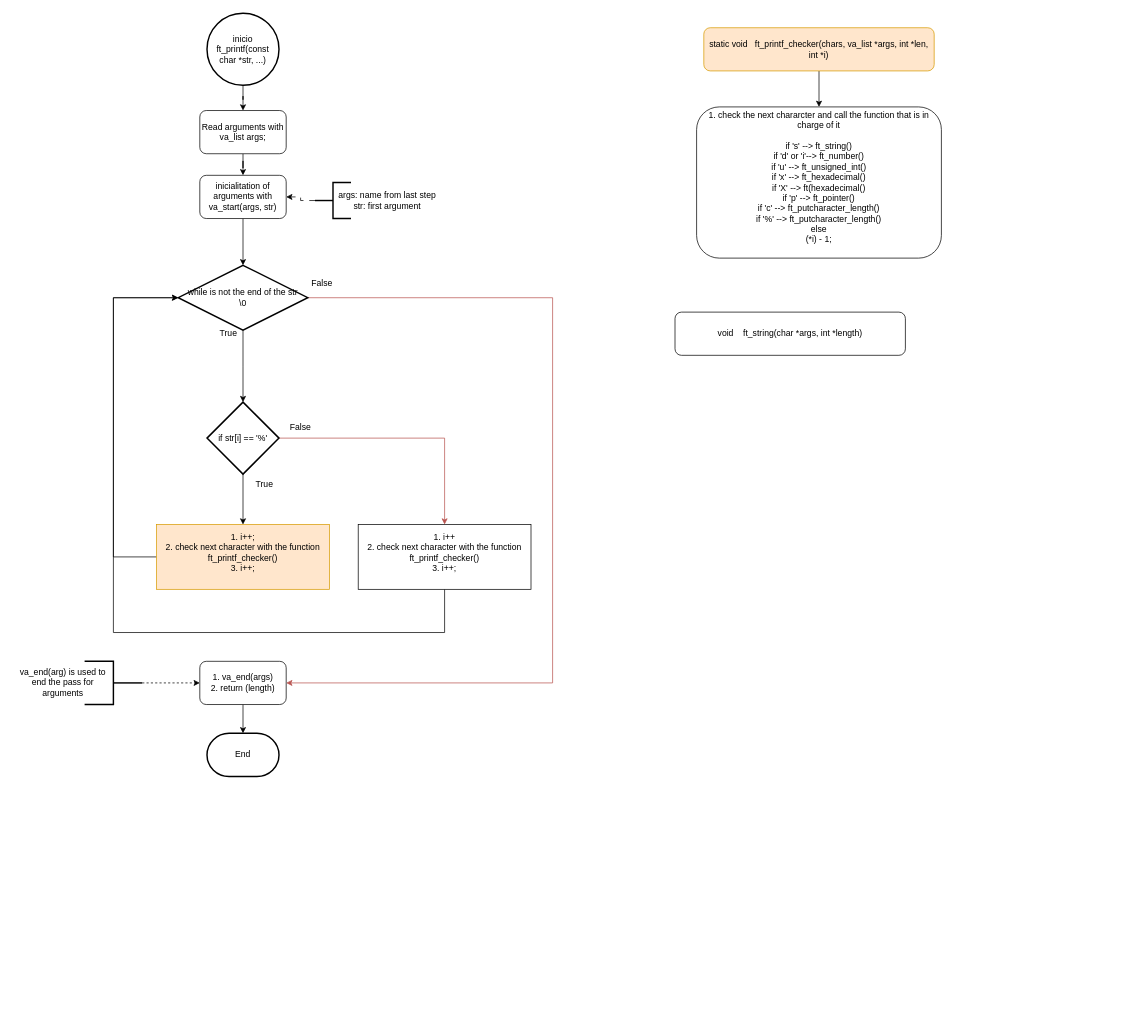
This is libft/ft_printf.drawio from cgonzalezn/00_Libft_01, a draw.io file, before an edit. Source tidied: cells renumbered, new cells numbered last; positions are measured from the earlier drawing's top-left corner, leaving out a move shared by most shapes. Both pictures are drawn from the tidied source at 72%, with x=0, y=0 at pixel (12, 13).
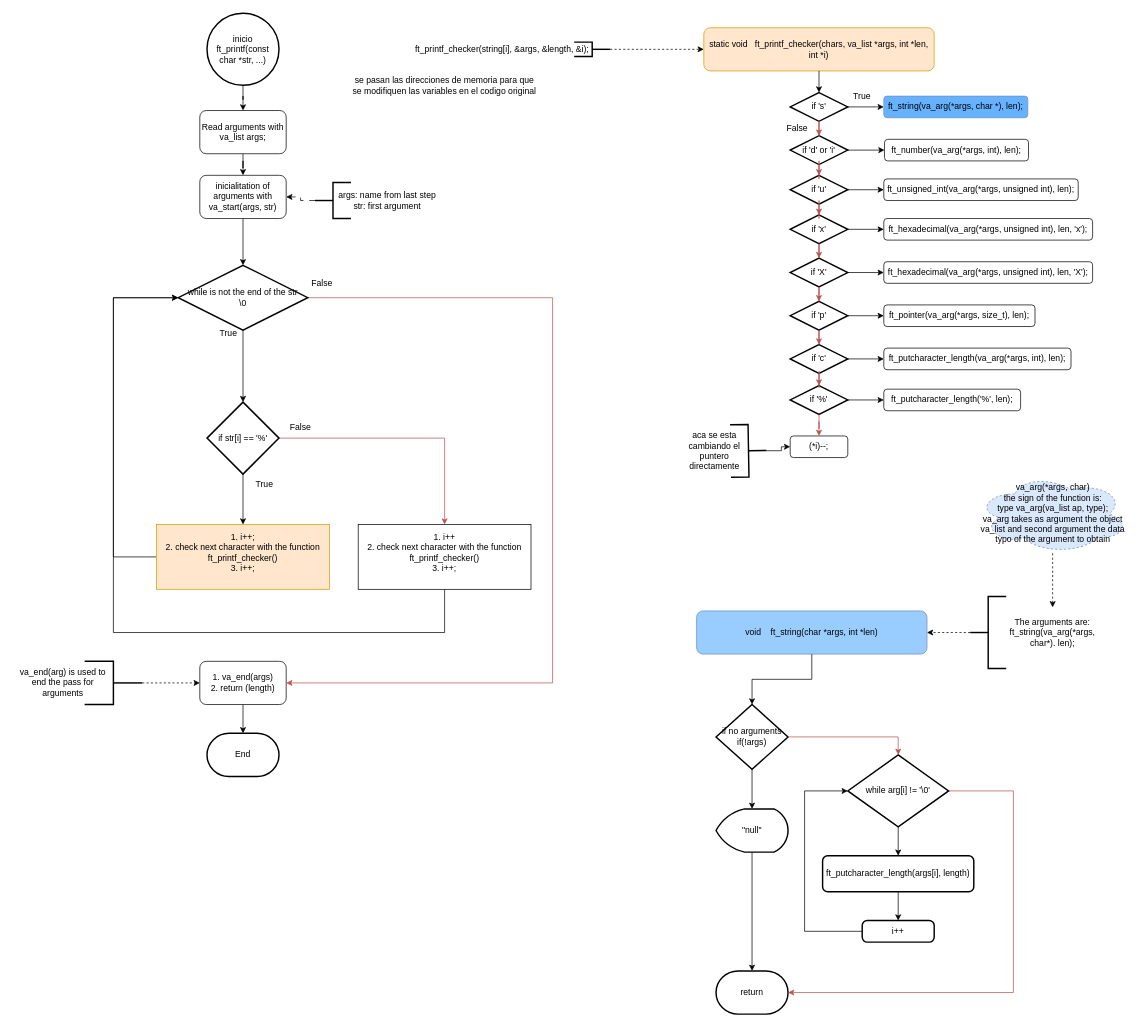
The same diagram, later.

Diff of the diagram source:
```diff
@@
-    <mxCell id="26" style="edgeStyle=orthogonalEdgeStyle;rounded=0;jettySize=auto;html=1;exitX=0.5;exitY=1;exitDx=0;exitDy=0;entryX=0.5;entryY=0;entryDx=0;entryDy=0;" parent="1" edge="1" source="27" target="28">
-      <mxGeometry relative="1" as="geometry" />
-    </mxCell>
-    <mxCell id="27" value="static void&amp;nbsp;&amp;nbsp; ft_printf_checker(chars, va_list *args, int *len, int *i)" style="rounded=1;whiteSpace=wrap;html=1;fillColor=#ffe6cc;strokeColor=#d79b00;" parent="1" vertex="1">
-      <mxGeometry x="960" y="20" width="320" height="60" as="geometry" />
-    </mxCell>
-    <mxCell id="28" value="&lt;div&gt;1. check the next chararcter and call the function that is in charge of it&lt;/div&gt;&lt;div&gt;&lt;br&gt;&lt;/div&gt;&lt;div&gt;if 's' --&amp;gt; ft_string()&lt;/div&gt;&lt;div&gt;if 'd' or 'i'--&amp;gt; ft_number()&lt;/div&gt;&lt;div&gt;if 'u' --&amp;gt; ft_unsigned_int()&lt;br&gt;if 'x' --&amp;gt; ft_hexadecimal()&lt;/div&gt;&lt;div&gt;if 'X' --&amp;gt; ft(hexadecimal()&lt;br&gt;if 'p' --&amp;gt; ft_pointer()&lt;br&gt;if 'c' --&amp;gt; ft_putcharacter_length()&lt;/div&gt;&lt;div&gt;if '%' --&amp;gt; ft_putcharacter_length()&lt;br&gt;else&lt;br&gt;(*i) - 1;&lt;br&gt;&lt;/div&gt;&lt;div&gt;&lt;br&gt;&lt;/div&gt;" style="rounded=1;whiteSpace=wrap;html=1;" parent="1" vertex="1">
-      <mxGeometry x="950" y="130" width="340" height="210" as="geometry" />
-    </mxCell>
@@
+    <mxCell id="38" value="se pasan las direcciones de memoria para que se modifiquen las variables en el codigo original" style="text;html=1;strokeColor=none;fillColor=none;align=center;verticalAlign=middle;whiteSpace=wrap;rounded=0;" parent="1" vertex="1">
+      <mxGeometry x="470" y="80" width="260" height="40" as="geometry" />
+    </mxCell>
+    <mxCell id="39" style="group;" parent="1" vertex="1">
+      <mxGeometry x="950" y="640" width="599.5" height="750" as="geometry" />
+    </mxCell>
-    <mxCell id="37" value="void    ft_string(char *args, int *length)" style="rounded=1;whiteSpace=wrap;html=1;" parent="1" vertex="1">
-      <mxGeometry x="920" y="415" width="320" height="60" as="geometry" />
+    <mxCell id="37" value="&lt;div&gt;void&amp;nbsp;&amp;nbsp;&amp;nbsp; ft_string(char *args, int *len)&lt;/div&gt;" style="rounded=1;whiteSpace=wrap;html=1;fillColor=#99CCFF;strokeColor=#6c8ebf;" parent="39" vertex="1">
+      <mxGeometry y="190" width="320" height="60" as="geometry" />
     </mxCell>
+    <mxCell id="40" style="edgeStyle=orthogonalEdgeStyle;rounded=0;jettySize=auto;html=1;dashed=1;" parent="39" edge="1" source="41" target="37">
+      <mxGeometry relative="1" as="geometry" />
+    </mxCell>
+    <mxCell id="41" style="strokeWidth=2;html=1;shape=mxgraph.flowchart.annotation_2;align=left;labelPosition=right;" parent="39" vertex="1">
+      <mxGeometry x="380" y="170" width="50" height="100" as="geometry" />
+    </mxCell>
+    <mxCell id="42" value="The arguments are:&lt;br&gt;ft_string(va_arg(*args, char*). len);" style="text;html=1;strokeColor=none;fillColor=none;align=center;verticalAlign=middle;whiteSpace=wrap;rounded=0;" parent="39" vertex="1">
+      <mxGeometry x="420" y="185" width="149" height="70" as="geometry" />
+    </mxCell>
+    <mxCell id="43" style="edgeStyle=orthogonalEdgeStyle;rounded=0;jettySize=auto;html=1;dashed=1;" parent="39" edge="1" source="44" target="42">
+      <mxGeometry relative="1" as="geometry" />
+    </mxCell>
+    <mxCell id="44" value="va_arg(*args, char)&lt;br&gt;the sign of the function is:&lt;br&gt;type va_arg(va_list ap, type);&lt;br&gt;va_arg takes as argument the object va_list and second argument the data typo of the argument to obtain&lt;br&gt; " style="ellipse;shape=cloud;whiteSpace=wrap;html=1;fillColor=#dae8fc;strokeColor=#6c8ebf;dashed=1;" parent="39" vertex="1">
+      <mxGeometry x="389.5" width="210" height="110" as="geometry" />
+    </mxCell>
+    <mxCell id="45" value="if no arguments&lt;br&gt;if(!args)" style="strokeWidth=2;html=1;shape=mxgraph.flowchart.decision;whiteSpace=wrap;" parent="39" vertex="1">
+      <mxGeometry x="27" y="320" width="100" height="90" as="geometry" />
+    </mxCell>
+    <mxCell id="46" style="edgeStyle=orthogonalEdgeStyle;rounded=0;jettySize=auto;html=1;entryX=0.5;entryY=0;entryDx=0;entryDy=0;entryPerimeter=0;" parent="39" edge="1" source="37" target="45">
+      <mxGeometry relative="1" as="geometry" />
+    </mxCell>
+    <mxCell id="47" value="&quot;null&quot;" style="strokeWidth=2;html=1;shape=mxgraph.flowchart.display;whiteSpace=wrap;" parent="39" vertex="1">
+      <mxGeometry x="27" y="465" width="100" height="60" as="geometry" />
+    </mxCell>
+    <mxCell id="48" style="edgeStyle=orthogonalEdgeStyle;rounded=0;jettySize=auto;html=1;" parent="39" edge="1" source="45" target="47">
+      <mxGeometry relative="1" as="geometry" />
+    </mxCell>
+    <mxCell id="49" value="return" style="strokeWidth=2;html=1;shape=mxgraph.flowchart.terminator;whiteSpace=wrap;" parent="39" vertex="1">
+      <mxGeometry x="27" y="690" width="100" height="60" as="geometry" />
+    </mxCell>
+    <mxCell id="50" style="edgeStyle=orthogonalEdgeStyle;rounded=0;jettySize=auto;html=1;entryX=0.5;entryY=0;entryDx=0;entryDy=0;entryPerimeter=0;" parent="39" edge="1" source="47" target="49">
+      <mxGeometry relative="1" as="geometry" />
+    </mxCell>
+    <mxCell id="51" style="edgeStyle=orthogonalEdgeStyle;rounded=0;jettySize=auto;html=1;entryX=1;entryY=0.5;entryDx=0;entryDy=0;entryPerimeter=0;fillColor=#f8cecc;strokeColor=#b85450;" parent="39" edge="1" source="52" target="49">
+      <mxGeometry relative="1" as="geometry">
+        <Array as="points">
+          <mxPoint x="440" y="440" />
+          <mxPoint x="440" y="720" />
+        </Array>
+      </mxGeometry>
+    </mxCell>
+    <mxCell id="52" value="while arg[i] != '\0'" style="strokeWidth=2;html=1;shape=mxgraph.flowchart.decision;whiteSpace=wrap;" parent="39" vertex="1">
+      <mxGeometry x="210" y="390" width="140" height="100" as="geometry" />
+    </mxCell>
+    <mxCell id="53" style="edgeStyle=orthogonalEdgeStyle;rounded=0;jettySize=auto;html=1;entryX=0.5;entryY=0;entryDx=0;entryDy=0;entryPerimeter=0;fillColor=#f8cecc;strokeColor=#b85450;" parent="39" edge="1" source="45" target="52">
+      <mxGeometry relative="1" as="geometry" />
+    </mxCell>
+    <mxCell id="54" value="ft_putcharacter_length(args[i], length)" style="rounded=1;whiteSpace=wrap;html=1;absoluteArcSize=1;arcSize=14;strokeWidth=2;" parent="39" vertex="1">
+      <mxGeometry x="175" y="530" width="210" height="50" as="geometry" />
+    </mxCell>
+    <mxCell id="55" style="edgeStyle=orthogonalEdgeStyle;rounded=0;jettySize=auto;html=1;entryX=0.5;entryY=0;entryDx=0;entryDy=0;" parent="39" edge="1" source="52" target="54">
+      <mxGeometry relative="1" as="geometry" />
+    </mxCell>
+    <mxCell id="56" style="edgeStyle=orthogonalEdgeStyle;rounded=0;jettySize=auto;html=1;entryX=0;entryY=0.5;entryDx=0;entryDy=0;entryPerimeter=0;" parent="39" edge="1" source="57" target="52">
+      <mxGeometry relative="1" as="geometry">
+        <Array as="points">
+          <mxPoint x="150" y="635" />
+          <mxPoint x="150" y="440" />
+        </Array>
+      </mxGeometry>
+    </mxCell>
+    <mxCell id="57" value="i++" style="rounded=1;whiteSpace=wrap;html=1;absoluteArcSize=1;arcSize=14;strokeWidth=2;" parent="39" vertex="1">
+      <mxGeometry x="230" y="620" width="100" height="30" as="geometry" />
+    </mxCell>
+    <mxCell id="58" style="edgeStyle=orthogonalEdgeStyle;rounded=0;jettySize=auto;html=1;" parent="39" edge="1" source="54" target="57">
+      <mxGeometry relative="1" as="geometry" />
+    </mxCell>
+    <mxCell id="59" style="group;" parent="1" vertex="1">
+      <mxGeometry x="540" y="20" width="960" height="624.4" as="geometry" />
+    </mxCell>
+    <mxCell id="60" style="group;" parent="59" vertex="1">
+      <mxGeometry y="15" width="290" height="30" as="geometry" />
+    </mxCell>
+    <mxCell id="61" style="group;" parent="60" vertex="1">
+      <mxGeometry width="290" height="30" as="geometry" />
+    </mxCell>
+    <mxCell id="62" value="ft_printf_checker(string[i], &amp;amp;args, &amp;amp;length, &amp;amp;i);" style="text;html=1;strokeColor=none;fillColor=none;align=center;verticalAlign=middle;whiteSpace=wrap;rounded=0;" parent="61" vertex="1">
+      <mxGeometry width="280" height="30" as="geometry" />
+    </mxCell>
+    <mxCell id="63" style="strokeWidth=2;html=1;shape=mxgraph.flowchart.annotation_2;align=left;labelPosition=right;rotation=-180;" parent="61" vertex="1">
+      <mxGeometry x="240" y="5" width="50" height="20" as="geometry" />
+    </mxCell>
+    <mxCell id="64" style="group;" parent="59" vertex="1">
+      <mxGeometry x="380" y="550.6" width="127.7" height="73.9" as="geometry" />
+    </mxCell>
+    <mxCell id="65" style="strokeWidth=2;html=1;shape=mxgraph.flowchart.annotation_2;align=left;labelPosition=right;rotation=-181;" parent="64" vertex="1">
+      <mxGeometry x="77.1" y="0.4" width="50" height="73" as="geometry" />
+    </mxCell>
+    <mxCell id="66" value="aca se esta cambiando el puntero directamente" style="text;html=1;strokeColor=none;fillColor=none;align=center;verticalAlign=middle;whiteSpace=wrap;rounded=0;" parent="64" vertex="1">
+      <mxGeometry y="1.9" width="110" height="70" as="geometry" />
+    </mxCell>
+    <mxCell id="67" style="group;" parent="59" vertex="1">
+      <mxGeometry x="420" width="540" height="597" as="geometry" />
+    </mxCell>
+    <mxCell id="27" value="static void&amp;nbsp;&amp;nbsp; ft_printf_checker(chars, va_list *args, int *len, int *i)" style="rounded=1;whiteSpace=wrap;html=1;fillColor=#ffe6cc;strokeColor=#d79b00;" parent="67" vertex="1">
+      <mxGeometry width="320" height="60" as="geometry" />
+    </mxCell>
+    <mxCell id="68" value="if 's'" style="strokeWidth=2;html=1;shape=mxgraph.flowchart.decision;whiteSpace=wrap;" parent="67" vertex="1">
+      <mxGeometry x="120" y="90" width="80" height="40" as="geometry" />
+    </mxCell>
+    <mxCell id="69" style="edgeStyle=orthogonalEdgeStyle;rounded=0;jettySize=auto;html=1;exitX=0.5;exitY=1;exitDx=0;exitDy=0;entryX=0.5;entryY=0;entryDx=0;entryDy=0;entryPerimeter=0;" parent="67" edge="1" source="27" target="68">
+      <mxGeometry relative="1" as="geometry" />
+    </mxCell>
+    <mxCell id="70" value="if 'd' or 'i'" style="strokeWidth=2;html=1;shape=mxgraph.flowchart.decision;whiteSpace=wrap;" parent="67" vertex="1">
+      <mxGeometry x="120" y="150" width="80" height="40" as="geometry" />
+    </mxCell>
+    <mxCell id="71" style="edgeStyle=orthogonalEdgeStyle;rounded=0;jettySize=auto;html=1;fillColor=#f8cecc;strokeColor=#b85450;" parent="67" edge="1" source="68" target="70">
+      <mxGeometry relative="1" as="geometry" />
+    </mxCell>
+    <mxCell id="72" value="if 'u'" style="strokeWidth=2;html=1;shape=mxgraph.flowchart.decision;whiteSpace=wrap;" parent="67" vertex="1">
+      <mxGeometry x="120" y="205" width="80" height="40" as="geometry" />
+    </mxCell>
+    <mxCell id="73" style="edgeStyle=orthogonalEdgeStyle;rounded=0;jettySize=auto;html=1;entryX=0.5;entryY=0;entryDx=0;entryDy=0;entryPerimeter=0;fillColor=#f8cecc;strokeColor=#b85450;" parent="67" edge="1" source="70" target="72">
+      <mxGeometry relative="1" as="geometry" />
+    </mxCell>
+    <mxCell id="74" value="if 'x'" style="strokeWidth=2;html=1;shape=mxgraph.flowchart.decision;whiteSpace=wrap;" parent="67" vertex="1">
+      <mxGeometry x="120" y="260" width="80" height="40" as="geometry" />
+    </mxCell>
+    <mxCell id="75" style="edgeStyle=orthogonalEdgeStyle;rounded=0;jettySize=auto;html=1;entryX=0.5;entryY=0;entryDx=0;entryDy=0;entryPerimeter=0;fillColor=#f8cecc;strokeColor=#b85450;" parent="67" edge="1" source="72" target="74">
+      <mxGeometry relative="1" as="geometry" />
+    </mxCell>
+    <mxCell id="76" value="if 'X'" style="strokeWidth=2;html=1;shape=mxgraph.flowchart.decision;whiteSpace=wrap;" parent="67" vertex="1">
+      <mxGeometry x="120" y="320" width="80" height="40" as="geometry" />
+    </mxCell>
+    <mxCell id="77" style="edgeStyle=orthogonalEdgeStyle;rounded=0;jettySize=auto;html=1;fillColor=#f8cecc;strokeColor=#b85450;" parent="67" edge="1" source="74" target="76">
+      <mxGeometry relative="1" as="geometry" />
+    </mxCell>
+    <mxCell id="78" value="if 'p'" style="strokeWidth=2;html=1;shape=mxgraph.flowchart.decision;whiteSpace=wrap;" parent="67" vertex="1">
+      <mxGeometry x="120" y="380" width="80" height="40" as="geometry" />
+    </mxCell>
+    <mxCell id="79" style="edgeStyle=orthogonalEdgeStyle;rounded=0;jettySize=auto;html=1;entryX=0.5;entryY=0;entryDx=0;entryDy=0;entryPerimeter=0;fillColor=#f8cecc;strokeColor=#b85450;" parent="67" edge="1" source="76" target="78">
+      <mxGeometry relative="1" as="geometry" />
+    </mxCell>
+    <mxCell id="80" style="edgeStyle=orthogonalEdgeStyle;rounded=0;jettySize=auto;html=1;" parent="67" edge="1" target="83">
+      <mxGeometry relative="1" as="geometry">
+        <mxPoint x="170" y="507" as="sourcePoint" />
+      </mxGeometry>
+    </mxCell>
+    <mxCell id="81" value="if 'c'" style="strokeWidth=2;html=1;shape=mxgraph.flowchart.decision;whiteSpace=wrap;" parent="67" vertex="1">
+      <mxGeometry x="120" y="440" width="80" height="40" as="geometry" />
+    </mxCell>
+    <mxCell id="82" style="edgeStyle=orthogonalEdgeStyle;rounded=0;jettySize=auto;html=1;entryX=0.5;entryY=0;entryDx=0;entryDy=0;entryPerimeter=0;fillColor=#f8cecc;strokeColor=#b85450;" parent="67" edge="1" source="78" target="81">
+      <mxGeometry relative="1" as="geometry" />
+    </mxCell>
+    <mxCell id="83" value="if '%'" style="strokeWidth=2;html=1;shape=mxgraph.flowchart.decision;whiteSpace=wrap;" parent="67" vertex="1">
+      <mxGeometry x="120" y="497" width="80" height="40" as="geometry" />
+    </mxCell>
+    <mxCell id="84" style="edgeStyle=orthogonalEdgeStyle;rounded=0;jettySize=auto;html=1;fillColor=#f8cecc;strokeColor=#b85450;" parent="67" edge="1" source="81" target="83">
+      <mxGeometry relative="1" as="geometry" />
+    </mxCell>
+    <mxCell id="85" value="(*i)--;" style="rounded=1;whiteSpace=wrap;html=1;" parent="67" vertex="1">
+      <mxGeometry x="120" y="567" width="80" height="30" as="geometry" />
+    </mxCell>
+    <mxCell id="86" style="edgeStyle=orthogonalEdgeStyle;rounded=0;jettySize=auto;html=1;fillColor=#f8cecc;strokeColor=#b85450;" parent="67" edge="1" source="83" target="85">
+      <mxGeometry relative="1" as="geometry" />
+    </mxCell>
+    <mxCell id="87" value="ft_string(va_arg(*args, char *), len);" style="rounded=1;whiteSpace=wrap;html=1;fillColor=#66B2FF;strokeColor=#6c8ebf;" parent="67" vertex="1">
+      <mxGeometry x="250" y="95" width="200" height="30" as="geometry" />
+    </mxCell>
+    <mxCell id="88" style="edgeStyle=orthogonalEdgeStyle;rounded=0;jettySize=auto;html=1;entryX=0;entryY=0.5;entryDx=0;entryDy=0;" parent="67" edge="1" source="68" target="87">
+      <mxGeometry relative="1" as="geometry" />
+    </mxCell>
+    <mxCell id="89" value="ft_number(va_arg(*args, int), len);" style="rounded=1;whiteSpace=wrap;html=1;" parent="67" vertex="1">
+      <mxGeometry x="251" y="155" width="200" height="30" as="geometry" />
+    </mxCell>
+    <mxCell id="90" style="edgeStyle=orthogonalEdgeStyle;rounded=0;jettySize=auto;html=1;entryX=0;entryY=0.5;entryDx=0;entryDy=0;" parent="67" edge="1" source="70" target="89">
+      <mxGeometry relative="1" as="geometry" />
+    </mxCell>
+    <mxCell id="91" value="ft_unsigned_int(va_arg(*args, unsigned int), len);" style="rounded=1;whiteSpace=wrap;html=1;" parent="67" vertex="1">
+      <mxGeometry x="250" y="210" width="270" height="30" as="geometry" />
+    </mxCell>
+    <mxCell id="92" style="edgeStyle=orthogonalEdgeStyle;rounded=0;jettySize=auto;html=1;entryX=0;entryY=0.5;entryDx=0;entryDy=0;" parent="67" edge="1" source="72" target="91">
+      <mxGeometry relative="1" as="geometry" />
+    </mxCell>
+    <mxCell id="93" value="ft_hexadecimal(va_arg(*args, unsigned int), len, 'x');" style="rounded=1;whiteSpace=wrap;html=1;" parent="67" vertex="1">
+      <mxGeometry x="250" y="265" width="290" height="30" as="geometry" />
+    </mxCell>
+    <mxCell id="94" style="edgeStyle=orthogonalEdgeStyle;rounded=0;jettySize=auto;html=1;" parent="67" edge="1" source="74" target="93">
+      <mxGeometry relative="1" as="geometry" />
+    </mxCell>
+    <mxCell id="95" value="ft_hexadecimal(va_arg(*args, unsigned int), len, 'X');" style="rounded=1;whiteSpace=wrap;html=1;" parent="67" vertex="1">
+      <mxGeometry x="250" y="325" width="290" height="30" as="geometry" />
+    </mxCell>
+    <mxCell id="96" style="edgeStyle=orthogonalEdgeStyle;rounded=0;jettySize=auto;html=1;" parent="67" edge="1" source="76" target="95">
+      <mxGeometry relative="1" as="geometry" />
+    </mxCell>
+    <mxCell id="97" value="ft_pointer(va_arg(*args, size_t), len);" style="rounded=1;whiteSpace=wrap;html=1;" parent="67" vertex="1">
+      <mxGeometry x="250" y="385" width="210" height="30" as="geometry" />
+    </mxCell>
+    <mxCell id="98" style="edgeStyle=orthogonalEdgeStyle;rounded=0;jettySize=auto;html=1;" parent="67" edge="1" source="78" target="97">
+      <mxGeometry relative="1" as="geometry" />
+    </mxCell>
+    <mxCell id="99" value="ft_putcharacter_length(va_arg(*args, int), len);" style="rounded=1;whiteSpace=wrap;html=1;" parent="67" vertex="1">
+      <mxGeometry x="250" y="445" width="260" height="30" as="geometry" />
+    </mxCell>
+    <mxCell id="100" style="edgeStyle=orthogonalEdgeStyle;rounded=0;jettySize=auto;html=1;" parent="67" edge="1" source="81" target="99">
+      <mxGeometry relative="1" as="geometry" />
+    </mxCell>
+    <mxCell id="101" value="ft_putcharacter_length('%', len);" style="rounded=1;whiteSpace=wrap;html=1;" parent="67" vertex="1">
+      <mxGeometry x="250" y="502" width="190" height="30" as="geometry" />
+    </mxCell>
+    <mxCell id="102" style="edgeStyle=orthogonalEdgeStyle;rounded=0;jettySize=auto;html=1;" parent="67" edge="1" source="83" target="101">
+      <mxGeometry relative="1" as="geometry" />
+    </mxCell>
+    <mxCell id="103" value="False" style="text;html=1;strokeColor=none;fillColor=none;align=center;verticalAlign=middle;whiteSpace=wrap;rounded=0;" parent="67" vertex="1">
+      <mxGeometry x="100" y="125" width="60" height="30" as="geometry" />
+    </mxCell>
+    <mxCell id="104" value="True" style="text;html=1;strokeColor=none;fillColor=none;align=center;verticalAlign=middle;whiteSpace=wrap;rounded=0;" parent="67" vertex="1">
+      <mxGeometry x="190" y="80" width="60" height="30" as="geometry" />
+    </mxCell>
+    <mxCell id="105" style="edgeStyle=orthogonalEdgeStyle;rounded=0;jettySize=auto;html=1;entryX=0;entryY=0.5;entryDx=0;entryDy=0;dashed=1;" parent="59" edge="1" source="63" target="27">
+      <mxGeometry relative="1" as="geometry" />
+    </mxCell>
+    <mxCell id="106" style="edgeStyle=orthogonalEdgeStyle;rounded=0;jettySize=auto;html=1;entryX=0;entryY=0.5;entryDx=0;entryDy=0;" parent="59" edge="1" source="65" target="85">
+      <mxGeometry relative="1" as="geometry" />
+    </mxCell>
```
